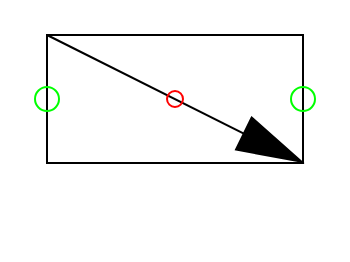
Earlier version of the draw.io diagram DrawIO/ND0288A.drawio (ToniaPedersen/DISCDEXPI). Source tidied: cells renumbered, new cells numbered last; positions are measured from the earlier drawing's top-left corner, leaving out a move shared by most shapes. Both pictures are drawn from the tidied source at 200%, with x=0, y=0 at pixel (34, 34).
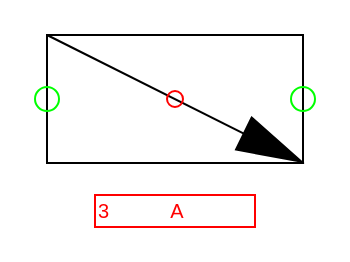
Above is the later version.

Diff of the diagram source:
```diff
@@
 <mxGraphModel>
   <root>
     <mxCell id="0" />
     <mxCell id="1" parent="0" />
     <mxCell id="2" style="rounded=0;whiteSpace=wrap;html=1;fillColor=none;strokeColor=#000000;strokeWidth=1;" parent="1" vertex="1">
       <mxGeometry x="6" width="128" height="64" as="geometry" />
     </mxCell>
     <mxCell id="3" style="endArrow=none;html=1;rounded=0;exitX=0;exitY=0;exitDx=0;exitDy=0;entryX=0;entryY=0.5;entryDx=0;entryDy=0;" parent="1" edge="1" source="2" target="4">
       <mxGeometry relative="1" as="geometry" />
     </mxCell>
     <mxCell id="4" style="triangle;whiteSpace=wrap;html=1;rotation=26;fillColor=#000000;" parent="1" vertex="1">
       <mxGeometry x="102.8" y="47.4" width="32" height="17.8" as="geometry" />
     </mxCell>
     <mxCell id="5" parent="0" />
+    <object id="11" label="%LabelLines%&amp;nbsp; &amp;nbsp; &amp;nbsp; &amp;nbsp; &amp;nbsp; &amp;nbsp;%LabelIndex%" LabelIndex="A" LabelLines="3" placeholders="1">
+      <mxCell style="rounded=0;whiteSpace=wrap;html=1;fillColor=none;strokeColor=#FF0000;fontColor=#FF0000;fontSize=10;align=left;" parent="5" vertex="1">
+        <mxGeometry x="30" y="80" width="80" height="16" as="geometry" />
+      </mxCell>
+    </object>
     <mxCell id="6" parent="0" />
     <mxCell id="7" value="Connection" style="ellipse;html=1;fillColor=none;strokeColor=#00FF00;strokeWidth=1;noLabel=1;" parent="6" vertex="1">
       <mxGeometry x="128" y="26" width="12" height="12" as="geometry" />
     </mxCell>
     <mxCell id="8" value="Connection" style="ellipse;html=1;fillColor=none;strokeColor=#00FF00;strokeWidth=1;noLabel=1;" parent="6" vertex="1">
       <mxGeometry y="26" width="12" height="12" as="geometry" />
     </mxCell>
     <mxCell id="9" parent="0" />
     <mxCell id="10" value="origo" style="ellipse;html=1;fillColor=none;strokeColor=#FF0000;strokeWidth=1;noLabel=1;" parent="9" vertex="1">
       <mxGeometry x="66" y="28" width="8" height="8" as="geometry" />
     </mxCell>
   </root>
 </mxGraphModel>
```
